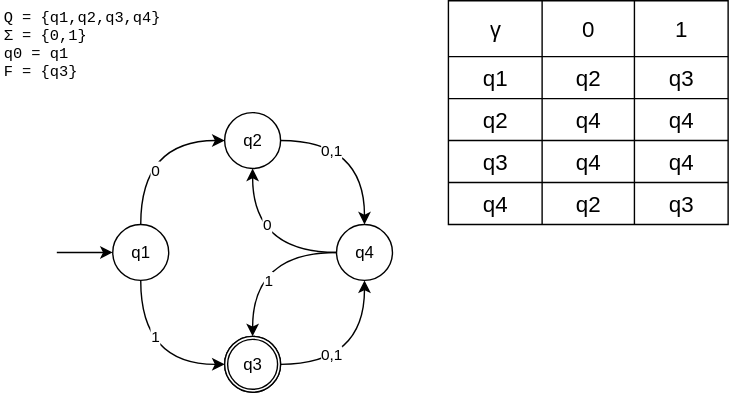
Before: diagramas_formalizados/AFDs/L3.svg, a diagram exported from draw.io (PedroSchneider1/CCM420-automaton-and-formal-lang). Source tidied: cells renumbered, new cells last; positions are measured from the earlier drawing's top-left corner, leaving out a move shared by most shapes. Source of this version:
```xml
<mxGraphModel>
  <root>
    <mxCell id="0" />
    <mxCell id="1" parent="0" />
    <mxCell id="2" style="edgeStyle=orthogonalEdgeStyle;rounded=0;jettySize=auto;html=1;entryX=0;entryY=0.5;entryDx=0;entryDy=0;curved=1;exitX=0.5;exitY=0;exitDx=0;exitDy=0;" parent="1" edge="1" source="6" target="13">
      <mxGeometry relative="1" as="geometry" />
    </mxCell>
    <mxCell id="3" value="0" style="edgeLabel;html=1;align=center;verticalAlign=middle;" parent="2" vertex="1">
      <mxGeometry x="-0.06" y="-2" relative="1" as="geometry">
        <mxPoint x="8" y="17" as="offset" />
      </mxGeometry>
    </mxCell>
    <mxCell id="4" style="edgeStyle=orthogonalEdgeStyle;rounded=0;jettySize=auto;html=1;curved=1;exitX=0.5;exitY=1;exitDx=0;exitDy=0;" parent="1" edge="1" source="6">
      <mxGeometry relative="1" as="geometry">
        <mxPoint x="160" y="260" as="targetPoint" />
        <Array as="points">
          <mxPoint x="100" y="260" />
        </Array>
      </mxGeometry>
    </mxCell>
    <mxCell id="5" value="1" style="edgeLabel;html=1;align=center;verticalAlign=middle;" parent="4" vertex="1">
      <mxGeometry x="-0.34" y="7" relative="1" as="geometry">
        <mxPoint x="3" as="offset" />
      </mxGeometry>
    </mxCell>
    <mxCell id="6" value="q1" style="ellipse;whiteSpace=wrap;html=1;" parent="1" vertex="1">
      <mxGeometry x="80" y="160" width="40" height="40" as="geometry" />
    </mxCell>
    <mxCell id="7" style="endArrow=classic;startArrow=none;html=1;rounded=0;startFill=0;entryX=0;entryY=0.5;entryDx=0;entryDy=0;" parent="1" edge="1" target="6">
      <mxGeometry relative="1" as="geometry">
        <mxPoint x="40" y="180" as="sourcePoint" />
      </mxGeometry>
    </mxCell>
    <mxCell id="8" value="Q = {q1,q2,q3,q4}&#10;Σ = {0,1}&#10;q0 = q1&#10;F = {q3}" style="shape=table;startSize=0;fontSize=11;fillColor=none;strokeColor=none;align=left;fontFamily=Courier New;fontStyle=0;" parent="1" vertex="1">
      <mxGeometry width="140" height="60" as="geometry" />
    </mxCell>
    <mxCell id="9" style="group;" parent="1" vertex="1">
      <mxGeometry x="160" y="240" width="40" height="40" as="geometry" />
    </mxCell>
    <mxCell id="10" value="q3" style="ellipse;whiteSpace=wrap;html=1;" parent="9" vertex="1">
      <mxGeometry width="40" height="40" as="geometry" />
    </mxCell>
    <mxCell id="11" style="verticalLabelPosition=bottom;verticalAlign=top;html=1;shape=mxgraph.basic.donut;dx=2.14;" parent="9" vertex="1">
      <mxGeometry width="40" height="40" as="geometry" />
    </mxCell>
    <mxCell id="12" style="group;" parent="1" vertex="1">
      <mxGeometry x="160" y="80" width="40" height="40" as="geometry" />
    </mxCell>
    <mxCell id="13" value="q2" style="ellipse;whiteSpace=wrap;html=1;" parent="12" vertex="1">
      <mxGeometry width="40" height="40" as="geometry" />
    </mxCell>
    <mxCell id="14" style="shape=table;startSize=0;fontSize=16;" parent="1" vertex="1">
      <mxGeometry x="320" width="200" height="160" as="geometry" />
    </mxCell>
    <mxCell id="15" style="shape=tableRow;horizontal=0;startSize=0;swimlaneHead=0;swimlaneBody=0;strokeColor=inherit;top=0;left=0;bottom=0;right=0;fillColor=none;fontSize=16;" parent="14" vertex="1">
      <mxGeometry width="200" height="40" as="geometry" />
    </mxCell>
    <mxCell id="16" value="γ" style="shape=partialRectangle;html=1;whiteSpace=wrap;strokeColor=inherit;overflow=hidden;fillColor=none;top=0;left=0;bottom=0;right=0;fontSize=16;" parent="15" vertex="1">
      <mxGeometry width="67" height="40" as="geometry" />
    </mxCell>
    <mxCell id="17" value="0" style="shape=partialRectangle;html=1;whiteSpace=wrap;strokeColor=inherit;overflow=hidden;fillColor=none;top=0;left=0;bottom=0;right=0;fontSize=16;" parent="15" vertex="1">
      <mxGeometry x="67" width="66" height="40" as="geometry" />
    </mxCell>
    <mxCell id="18" value="1" style="shape=partialRectangle;html=1;whiteSpace=wrap;strokeColor=inherit;overflow=hidden;fillColor=none;top=0;left=0;bottom=0;right=0;fontSize=16;" parent="15" vertex="1">
      <mxGeometry x="133" width="67" height="40" as="geometry" />
    </mxCell>
    <mxCell id="19" style="shape=tableRow;horizontal=0;startSize=0;swimlaneHead=0;swimlaneBody=0;strokeColor=inherit;top=0;left=0;bottom=0;right=0;fillColor=none;fontSize=16;" parent="14" vertex="1">
      <mxGeometry y="40" width="200" height="30" as="geometry" />
    </mxCell>
    <mxCell id="20" value="q1" style="shape=partialRectangle;html=1;whiteSpace=wrap;strokeColor=inherit;overflow=hidden;fillColor=none;top=0;left=0;bottom=0;right=0;fontSize=16;" parent="19" vertex="1">
      <mxGeometry width="67" height="30" as="geometry" />
    </mxCell>
    <mxCell id="21" value="q2" style="shape=partialRectangle;html=1;whiteSpace=wrap;strokeColor=inherit;overflow=hidden;fillColor=none;top=0;left=0;bottom=0;right=0;fontSize=16;" parent="19" vertex="1">
      <mxGeometry x="67" width="66" height="30" as="geometry" />
    </mxCell>
    <mxCell id="22" value="q3" style="shape=partialRectangle;html=1;whiteSpace=wrap;strokeColor=inherit;overflow=hidden;fillColor=none;top=0;left=0;bottom=0;right=0;fontSize=16;" parent="19" vertex="1">
      <mxGeometry x="133" width="67" height="30" as="geometry" />
    </mxCell>
    <mxCell id="23" style="shape=tableRow;horizontal=0;startSize=0;swimlaneHead=0;swimlaneBody=0;strokeColor=inherit;top=0;left=0;bottom=0;right=0;fillColor=none;fontSize=16;" parent="14" vertex="1">
      <mxGeometry y="70" width="200" height="30" as="geometry" />
    </mxCell>
    <mxCell id="24" value="q2" style="shape=partialRectangle;html=1;whiteSpace=wrap;strokeColor=inherit;overflow=hidden;fillColor=none;top=0;left=0;bottom=0;right=0;fontSize=16;" parent="23" vertex="1">
      <mxGeometry width="67" height="30" as="geometry" />
    </mxCell>
    <mxCell id="25" value="q4" style="shape=partialRectangle;html=1;whiteSpace=wrap;strokeColor=inherit;overflow=hidden;fillColor=none;top=0;left=0;bottom=0;right=0;fontSize=16;" parent="23" vertex="1">
      <mxGeometry x="67" width="66" height="30" as="geometry" />
    </mxCell>
    <mxCell id="26" value="q4" style="shape=partialRectangle;html=1;whiteSpace=wrap;strokeColor=inherit;overflow=hidden;fillColor=none;top=0;left=0;bottom=0;right=0;fontSize=16;" parent="23" vertex="1">
      <mxGeometry x="133" width="67" height="30" as="geometry" />
    </mxCell>
    <mxCell id="27" style="shape=tableRow;horizontal=0;startSize=0;swimlaneHead=0;swimlaneBody=0;strokeColor=inherit;top=0;left=0;bottom=0;right=0;fillColor=none;fontSize=16;" parent="14" vertex="1">
      <mxGeometry y="100" width="200" height="30" as="geometry" />
    </mxCell>
    <mxCell id="28" value="q3" style="shape=partialRectangle;html=1;whiteSpace=wrap;strokeColor=inherit;overflow=hidden;fillColor=none;top=0;left=0;bottom=0;right=0;fontSize=16;" parent="27" vertex="1">
      <mxGeometry width="67" height="30" as="geometry" />
    </mxCell>
    <mxCell id="29" value="q4" style="shape=partialRectangle;html=1;whiteSpace=wrap;strokeColor=inherit;overflow=hidden;fillColor=none;top=0;left=0;bottom=0;right=0;fontSize=16;" parent="27" vertex="1">
      <mxGeometry x="67" width="66" height="30" as="geometry" />
    </mxCell>
    <mxCell id="30" value="q4" style="shape=partialRectangle;html=1;whiteSpace=wrap;strokeColor=inherit;overflow=hidden;fillColor=none;top=0;left=0;bottom=0;right=0;fontSize=16;" parent="27" vertex="1">
      <mxGeometry x="133" width="67" height="30" as="geometry" />
    </mxCell>
    <mxCell id="31" style="shape=tableRow;horizontal=0;startSize=0;swimlaneHead=0;swimlaneBody=0;strokeColor=inherit;top=0;left=0;bottom=0;right=0;fillColor=none;fontSize=16;" parent="14" vertex="1">
      <mxGeometry y="130" width="200" height="30" as="geometry" />
    </mxCell>
    <mxCell id="32" value="q4" style="shape=partialRectangle;html=1;whiteSpace=wrap;strokeColor=inherit;overflow=hidden;fillColor=none;top=0;left=0;bottom=0;right=0;fontSize=16;" parent="31" vertex="1">
      <mxGeometry width="67" height="30" as="geometry" />
    </mxCell>
    <mxCell id="33" value="q2" style="shape=partialRectangle;html=1;whiteSpace=wrap;strokeColor=inherit;overflow=hidden;fillColor=none;top=0;left=0;bottom=0;right=0;fontSize=16;" parent="31" vertex="1">
      <mxGeometry x="67" width="66" height="30" as="geometry" />
    </mxCell>
    <mxCell id="34" value="q3" style="shape=partialRectangle;html=1;whiteSpace=wrap;strokeColor=inherit;overflow=hidden;fillColor=none;top=0;left=0;bottom=0;right=0;fontSize=16;" parent="31" vertex="1">
      <mxGeometry x="133" width="67" height="30" as="geometry" />
    </mxCell>
    <mxCell id="35" style="edgeStyle=orthogonalEdgeStyle;rounded=0;jettySize=auto;html=1;entryX=0.5;entryY=1;entryDx=0;entryDy=0;curved=1;" parent="1" edge="1" source="37" target="13">
      <mxGeometry relative="1" as="geometry" />
    </mxCell>
    <mxCell id="36" value="0" style="edgeLabel;html=1;align=center;verticalAlign=middle;" parent="35" vertex="1">
      <mxGeometry x="-0.35" y="-10" relative="1" as="geometry">
        <mxPoint x="-11" y="-10" as="offset" />
      </mxGeometry>
    </mxCell>
    <mxCell id="37" value="q4" style="ellipse;whiteSpace=wrap;html=1;" parent="1" vertex="1">
      <mxGeometry x="240" y="160" width="40" height="40" as="geometry" />
    </mxCell>
    <mxCell id="38" style="edgeStyle=orthogonalEdgeStyle;rounded=0;jettySize=auto;html=1;curved=1;" parent="1" edge="1" source="13" target="37">
      <mxGeometry relative="1" as="geometry" />
    </mxCell>
    <mxCell id="39" value="0,1" style="edgeLabel;html=1;align=center;verticalAlign=middle;" parent="38" vertex="1">
      <mxGeometry x="-0.41" y="-7" relative="1" as="geometry" />
    </mxCell>
    <mxCell id="40" style="edgeStyle=orthogonalEdgeStyle;rounded=0;jettySize=auto;html=1;entryX=0.5;entryY=1;entryDx=0;entryDy=0;curved=1;" parent="1" edge="1" source="10" target="37">
      <mxGeometry relative="1" as="geometry" />
    </mxCell>
    <mxCell id="41" value="0,1" style="edgeLabel;html=1;align=center;verticalAlign=middle;" parent="40" vertex="1">
      <mxGeometry x="-0.4" y="7" relative="1" as="geometry" />
    </mxCell>
    <mxCell id="42" style="edgeStyle=orthogonalEdgeStyle;rounded=0;jettySize=auto;html=1;entryX=0.5;entryY=0;entryDx=0;entryDy=0;entryPerimeter=0;curved=1;" parent="1" edge="1" source="37" target="11">
      <mxGeometry relative="1" as="geometry" />
    </mxCell>
    <mxCell id="43" value="1" style="edgeLabel;html=1;align=center;verticalAlign=middle;" parent="42" vertex="1">
      <mxGeometry x="-0.37" y="7" relative="1" as="geometry">
        <mxPoint x="-12" y="13" as="offset" />
      </mxGeometry>
    </mxCell>
  </root>
</mxGraphModel>
```
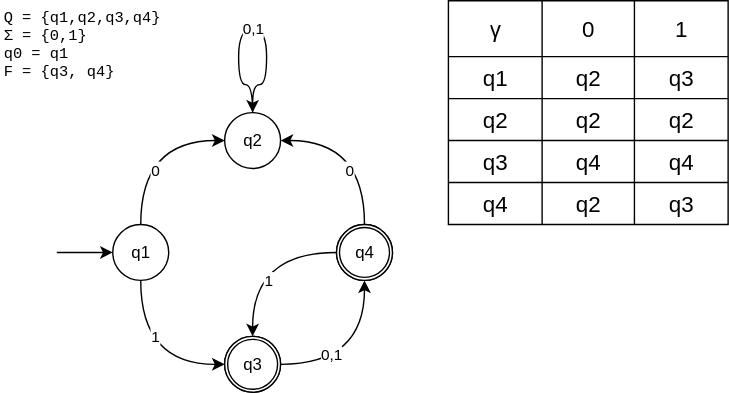
The same diagram one commit later.

Change to the diagram source:
```diff
@@ -31,7 +31,7 @@
         <mxPoint x="40" y="180" as="sourcePoint" />
       </mxGeometry>
     </mxCell>
-    <mxCell id="8" value="Q = {q1,q2,q3,q4}&#10;Σ = {0,1}&#10;q0 = q1&#10;F = {q3}" style="shape=table;startSize=0;fontSize=11;fillColor=none;strokeColor=none;align=left;fontFamily=Courier New;fontStyle=0;" parent="1" vertex="1">
+    <mxCell id="8" value="Q = {q1,q2,q3,q4}&#10;Σ = {0,1}&#10;q0 = q1&#10;F = {q3, q4}" style="shape=table;startSize=0;fontSize=11;fillColor=none;strokeColor=none;align=left;fontFamily=Courier New;fontStyle=0;" parent="1" vertex="1">
       <mxGeometry width="140" height="60" as="geometry" />
     </mxCell>
     <mxCell id="9" style="group;" parent="1" vertex="1">
@@ -82,10 +82,10 @@
     <mxCell id="24" value="q2" style="shape=partialRectangle;html=1;whiteSpace=wrap;strokeColor=inherit;overflow=hidden;fillColor=none;top=0;left=0;bottom=0;right=0;fontSize=16;" parent="23" vertex="1">
       <mxGeometry width="67" height="30" as="geometry" />
     </mxCell>
-    <mxCell id="25" value="q4" style="shape=partialRectangle;html=1;whiteSpace=wrap;strokeColor=inherit;overflow=hidden;fillColor=none;top=0;left=0;bottom=0;right=0;fontSize=16;" parent="23" vertex="1">
+    <mxCell id="25" value="q2" style="shape=partialRectangle;html=1;whiteSpace=wrap;strokeColor=inherit;overflow=hidden;fillColor=none;top=0;left=0;bottom=0;right=0;fontSize=16;" parent="23" vertex="1">
       <mxGeometry x="67" width="66" height="30" as="geometry" />
     </mxCell>
-    <mxCell id="26" value="q4" style="shape=partialRectangle;html=1;whiteSpace=wrap;strokeColor=inherit;overflow=hidden;fillColor=none;top=0;left=0;bottom=0;right=0;fontSize=16;" parent="23" vertex="1">
+    <mxCell id="26" value="q2" style="shape=partialRectangle;html=1;whiteSpace=wrap;strokeColor=inherit;overflow=hidden;fillColor=none;top=0;left=0;bottom=0;right=0;fontSize=16;" parent="23" vertex="1">
       <mxGeometry x="133" width="67" height="30" as="geometry" />
     </mxCell>
     <mxCell id="27" style="shape=tableRow;horizontal=0;startSize=0;swimlaneHead=0;swimlaneBody=0;strokeColor=inherit;top=0;left=0;bottom=0;right=0;fillColor=none;fontSize=16;" parent="14" vertex="1">
@@ -112,22 +112,35 @@
     <mxCell id="34" value="q3" style="shape=partialRectangle;html=1;whiteSpace=wrap;strokeColor=inherit;overflow=hidden;fillColor=none;top=0;left=0;bottom=0;right=0;fontSize=16;" parent="31" vertex="1">
       <mxGeometry x="133" width="67" height="30" as="geometry" />
     </mxCell>
-    <mxCell id="35" style="edgeStyle=orthogonalEdgeStyle;rounded=0;jettySize=auto;html=1;entryX=0.5;entryY=1;entryDx=0;entryDy=0;curved=1;" parent="1" edge="1" source="37" target="13">
+    <mxCell id="35" style="edgeStyle=orthogonalEdgeStyle;rounded=0;jettySize=auto;html=1;entryX=1;entryY=0.5;entryDx=0;entryDy=0;curved=1;exitX=0.5;exitY=0;exitDx=0;exitDy=0;exitPerimeter=0;" parent="1" edge="1" source="45" target="13">
       <mxGeometry relative="1" as="geometry" />
     </mxCell>
     <mxCell id="36" value="0" style="edgeLabel;html=1;align=center;verticalAlign=middle;" parent="35" vertex="1">
       <mxGeometry x="-0.35" y="-10" relative="1" as="geometry">
-        <mxPoint x="-11" y="-10" as="offset" />
+        <mxPoint x="-21" y="-1" as="offset" />
       </mxGeometry>
     </mxCell>
     <mxCell id="37" value="q4" style="ellipse;whiteSpace=wrap;html=1;" parent="1" vertex="1">
       <mxGeometry x="240" y="160" width="40" height="40" as="geometry" />
     </mxCell>
-    <mxCell id="38" style="edgeStyle=orthogonalEdgeStyle;rounded=0;jettySize=auto;html=1;curved=1;" parent="1" edge="1" source="13" target="37">
-      <mxGeometry relative="1" as="geometry" />
+    <mxCell id="38" style="edgeStyle=orthogonalEdgeStyle;rounded=0;orthogonalLoop=1;jettySize=auto;html=1;curved=1;" parent="1" edge="1">
+      <mxGeometry relative="1" as="geometry">
+        <mxPoint x="180" y="80" as="sourcePoint" />
+        <mxPoint x="180" y="80" as="targetPoint" />
+        <Array as="points">
+          <mxPoint x="180" y="60" />
+          <mxPoint x="170" y="60" />
+          <mxPoint x="170" y="20" />
+          <mxPoint x="190" y="20" />
+          <mxPoint x="190" y="60" />
+          <mxPoint x="180" y="60" />
+        </Array>
+      </mxGeometry>
     </mxCell>
     <mxCell id="39" value="0,1" style="edgeLabel;html=1;align=center;verticalAlign=middle;" parent="38" vertex="1">
-      <mxGeometry x="-0.41" y="-7" relative="1" as="geometry" />
+      <mxGeometry x="-0.41" y="-7" relative="1" as="geometry">
+        <mxPoint x="3" y="-23" as="offset" />
+      </mxGeometry>
     </mxCell>
     <mxCell id="40" style="edgeStyle=orthogonalEdgeStyle;rounded=0;jettySize=auto;html=1;entryX=0.5;entryY=1;entryDx=0;entryDy=0;curved=1;" parent="1" edge="1" source="10" target="37">
       <mxGeometry relative="1" as="geometry" />
@@ -135,6 +148,12 @@
     <mxCell id="41" value="0,1" style="edgeLabel;html=1;align=center;verticalAlign=middle;" parent="40" vertex="1">
       <mxGeometry x="-0.4" y="7" relative="1" as="geometry" />
     </mxCell>
+    <mxCell id="44" style="group;" parent="1" vertex="1">
+      <mxGeometry x="240" y="160" width="40" height="40" as="geometry" />
+    </mxCell>
+    <mxCell id="45" style="verticalLabelPosition=bottom;verticalAlign=top;html=1;shape=mxgraph.basic.donut;dx=2.14;" parent="44" vertex="1">
+      <mxGeometry width="40" height="40" as="geometry" />
+    </mxCell>
     <mxCell id="42" style="edgeStyle=orthogonalEdgeStyle;rounded=0;jettySize=auto;html=1;entryX=0.5;entryY=0;entryDx=0;entryDy=0;entryPerimeter=0;curved=1;" parent="1" edge="1" source="37" target="11">
       <mxGeometry relative="1" as="geometry" />
     </mxCell>
```
